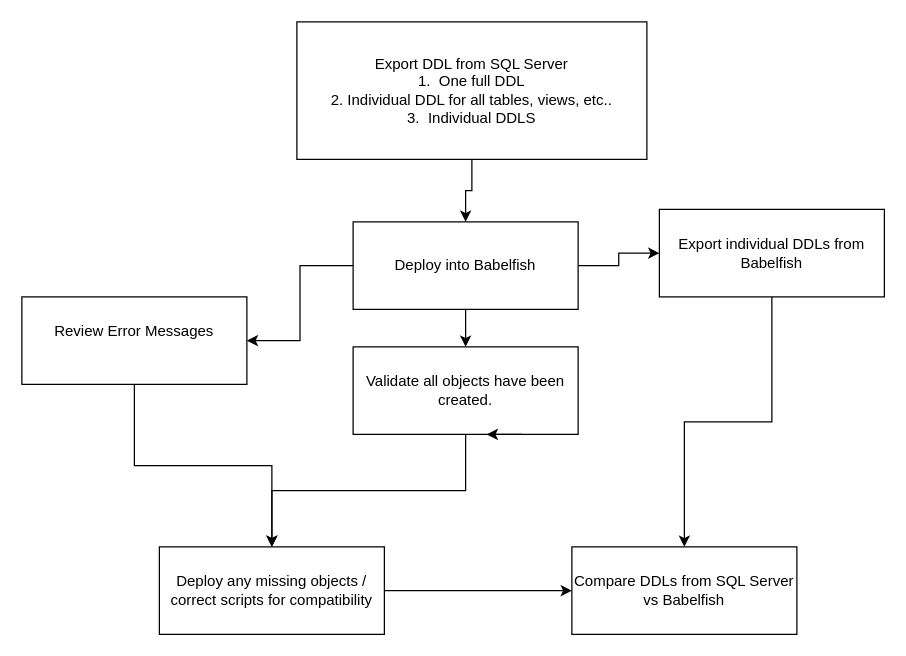
Before: Babelfish Deploy DDL Workflow.drawio in smpetersgithub/draw-diagrams-depot, a draw.io diagram. Source tidied: cells renumbered, new cells numbered last; positions are measured from the earlier drawing's top-left corner, leaving out a move shared by most shapes. Both pictures are drawn from the tidied source at 125%, with x=0, y=0 at pixel (21, 21).
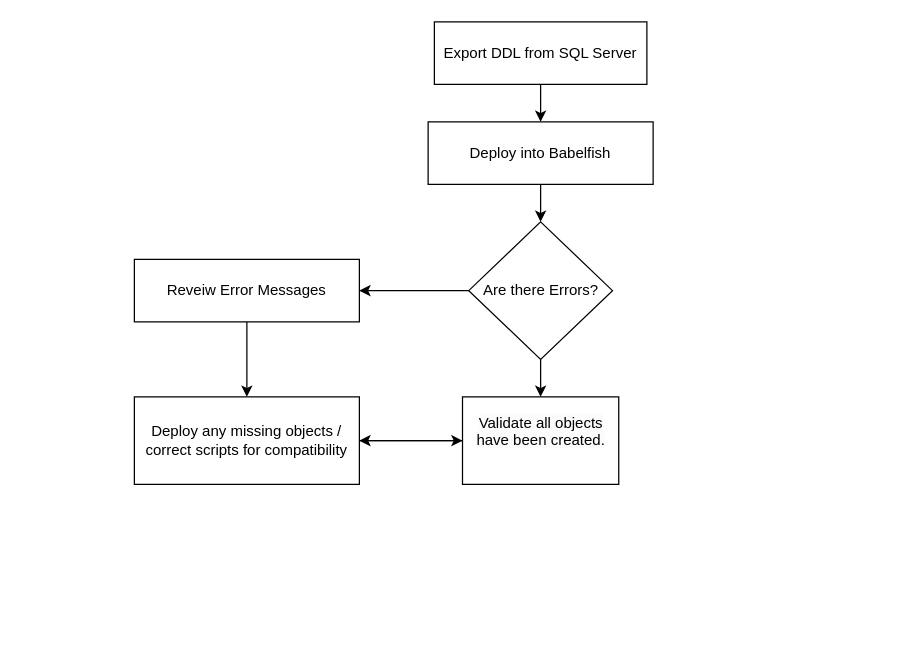
The same page after the edit.

What changed in the source:
```diff
@@
 <mxGraphModel>
   <root>
     <mxCell id="0" />
     <mxCell id="1" parent="0" />
     <mxCell id="2" style="edgeStyle=orthogonalEdgeStyle;rounded=0;jettySize=auto;html=1;" parent="1" edge="1" source="3" target="11">
       <mxGeometry relative="1" as="geometry" />
     </mxCell>
-    <mxCell id="3" value="Export DDL from SQL Server&lt;br&gt;1.&amp;nbsp; One full DDL&lt;br&gt;2. Individual DDL for all tables, views, etc..&lt;br&gt;3.&amp;nbsp; Individual DDLS" style="rounded=0;whiteSpace=wrap;html=1;" parent="1" vertex="1">
-      <mxGeometry x="220" width="280" height="110" as="geometry" />
+    <mxCell id="3" value="Export DDL from SQL Server&lt;br&gt;" style="rounded=0;whiteSpace=wrap;html=1;" parent="1" vertex="1">
+      <mxGeometry x="330" width="170" height="50" as="geometry" />
     </mxCell>
-    <mxCell id="4" style="edgeStyle=orthogonalEdgeStyle;rounded=0;jettySize=auto;html=1;" parent="1" edge="1" source="5" target="14">
-      <mxGeometry relative="1" as="geometry" />
-    </mxCell>
-    <mxCell id="5" value="Export individual DDLs from Babelfish" style="rounded=0;whiteSpace=wrap;html=1;" parent="1" vertex="1">
-      <mxGeometry x="510" y="150" width="180" height="70" as="geometry" />
-    </mxCell>
-    <mxCell id="6" style="edgeStyle=orthogonalEdgeStyle;rounded=0;jettySize=auto;html=1;" parent="1" edge="1" source="7" target="17">
+    <mxCell id="6" style="edgeStyle=orthogonalEdgeStyle;rounded=0;jettySize=auto;html=1;" parent="1" edge="1" source="22" target="17">
       <mxGeometry relative="1" as="geometry" />
     </mxCell>
-    <mxCell id="7" value="Review Error Messages&lt;br&gt;&lt;br&gt;" style="rounded=0;whiteSpace=wrap;html=1;" parent="1" vertex="1">
-      <mxGeometry y="220" width="180" height="70" as="geometry" />
-    </mxCell>
-    <mxCell id="8" style="edgeStyle=orthogonalEdgeStyle;rounded=0;jettySize=auto;html=1;" parent="1" edge="1" source="11" target="7">
-      <mxGeometry relative="1" as="geometry" />
-    </mxCell>
-    <mxCell id="9" style="edgeStyle=orthogonalEdgeStyle;rounded=0;jettySize=auto;html=1;" parent="1" edge="1" source="11" target="5">
-      <mxGeometry relative="1" as="geometry" />
-    </mxCell>
-    <mxCell id="10" style="edgeStyle=orthogonalEdgeStyle;rounded=0;jettySize=auto;html=1;" parent="1" edge="1" source="11" target="13">
+    <mxCell id="10" style="edgeStyle=orthogonalEdgeStyle;rounded=0;jettySize=auto;html=1;" parent="1" edge="1" source="21" target="13">
       <mxGeometry relative="1" as="geometry" />
     </mxCell>
-    <mxCell id="11" value="Deploy into Babelfish" style="rounded=0;whiteSpace=wrap;html=1;" parent="1" vertex="1">
-      <mxGeometry x="265" y="160" width="180" height="70" as="geometry" />
+    <mxCell id="11" value="Deploy into Babelfish" style="rounded=0;whiteSpace=wrap;html=1;verticalAlign=middle;" parent="1" vertex="1">
+      <mxGeometry x="325" y="80" width="180" height="50" as="geometry" />
     </mxCell>
-    <mxCell id="12" style="edgeStyle=orthogonalEdgeStyle;rounded=0;jettySize=auto;html=1;" parent="1" edge="1" source="13" target="17">
+    <mxCell id="12" style="edgeStyle=orthogonalEdgeStyle;rounded=0;jettySize=auto;html=1;entryX=1;entryY=0.5;entryDx=0;entryDy=0;" parent="1" edge="1" source="13" target="17">
       <mxGeometry relative="1" as="geometry" />
     </mxCell>
-    <mxCell id="13" value="Validate all objects have been created." style="rounded=0;whiteSpace=wrap;html=1;" parent="1" vertex="1">
-      <mxGeometry x="265" y="260" width="180" height="70" as="geometry" />
+    <mxCell id="13" value="&#10;&lt;span style=&quot;color: rgb(0, 0, 0); font-family: Helvetica; font-size: 12px; font-style: normal; font-variant-ligatures: normal; font-variant-caps: normal; font-weight: 400; letter-spacing: normal; orphans: 2; text-align: center; text-indent: 0px; text-transform: none; widows: 2; word-spacing: 0px; -webkit-text-stroke-width: 0px; background-color: rgb(251, 251, 251); text-decoration-thickness: initial; text-decoration-style: initial; text-decoration-color: initial; float: none; display: inline !important;&quot;&gt;Validate all objects have been created.&lt;/span&gt;&#10;&#10;" style="rounded=0;whiteSpace=wrap;html=1;verticalAlign=middle;labelPosition=center;verticalLabelPosition=middle;align=center;" parent="1" vertex="1">
+      <mxGeometry x="352.5" y="300" width="125" height="70" as="geometry" />
     </mxCell>
-    <mxCell id="14" value="Compare DDLs from SQL Server vs Babelfish" style="rounded=0;whiteSpace=wrap;html=1;" parent="1" vertex="1">
-      <mxGeometry x="440" y="420" width="180" height="70" as="geometry" />
-    </mxCell>
-    <mxCell id="15" style="edgeStyle=orthogonalEdgeStyle;rounded=0;orthogonalLoop=1;jettySize=auto;html=1;exitX=0.75;exitY=1;exitDx=0;exitDy=0;entryX=0.594;entryY=1.014;entryDx=0;entryDy=0;entryPerimeter=0;" parent="1" edge="1" source="13" target="13">
-      <mxGeometry relative="1" as="geometry" />
-    </mxCell>
-    <mxCell id="16" style="edgeStyle=orthogonalEdgeStyle;rounded=0;jettySize=auto;html=1;" parent="1" edge="1" source="17" target="14">
-      <mxGeometry relative="1" as="geometry" />
-    </mxCell>
+    <mxCell id="18" style="rounded=0;jettySize=auto;html=1;entryX=0;entryY=0.5;entryDx=0;entryDy=0;verticalAlign=middle;" parent="1" edge="1" source="17" target="13">
+      <mxGeometry relative="1" as="geometry" />
+    </mxCell>
     <mxCell id="17" value="Deploy any missing objects / correct scripts for compatibility" style="rounded=0;whiteSpace=wrap;html=1;" parent="1" vertex="1">
-      <mxGeometry x="110" y="420" width="180" height="70" as="geometry" />
+      <mxGeometry x="90" y="300" width="180" height="70" as="geometry" />
     </mxCell>
+    <mxCell id="19" style="edgeStyle=orthogonalEdgeStyle;rounded=0;jettySize=auto;html=1;" parent="1" edge="1" source="11" target="21">
+      <mxGeometry relative="1" as="geometry" />
+    </mxCell>
+    <mxCell id="20" style="edgeStyle=orthogonalEdgeStyle;rounded=0;jettySize=auto;html=1;entryX=1;entryY=0.5;entryDx=0;entryDy=0;" parent="1" edge="1" source="21" target="22">
+      <mxGeometry relative="1" as="geometry" />
+    </mxCell>
+    <mxCell id="21" value="Are there Errors?" style="rhombus;whiteSpace=wrap;html=1;" parent="1" vertex="1">
+      <mxGeometry x="357.5" y="160" width="115" height="110" as="geometry" />
+    </mxCell>
+    <mxCell id="22" value="Reveiw Error Messages" style="rounded=0;whiteSpace=wrap;html=1;verticalAlign=middle;" parent="1" vertex="1">
+      <mxGeometry x="90" y="190" width="180" height="50" as="geometry" />
+    </mxCell>
   </root>
 </mxGraphModel>
```
